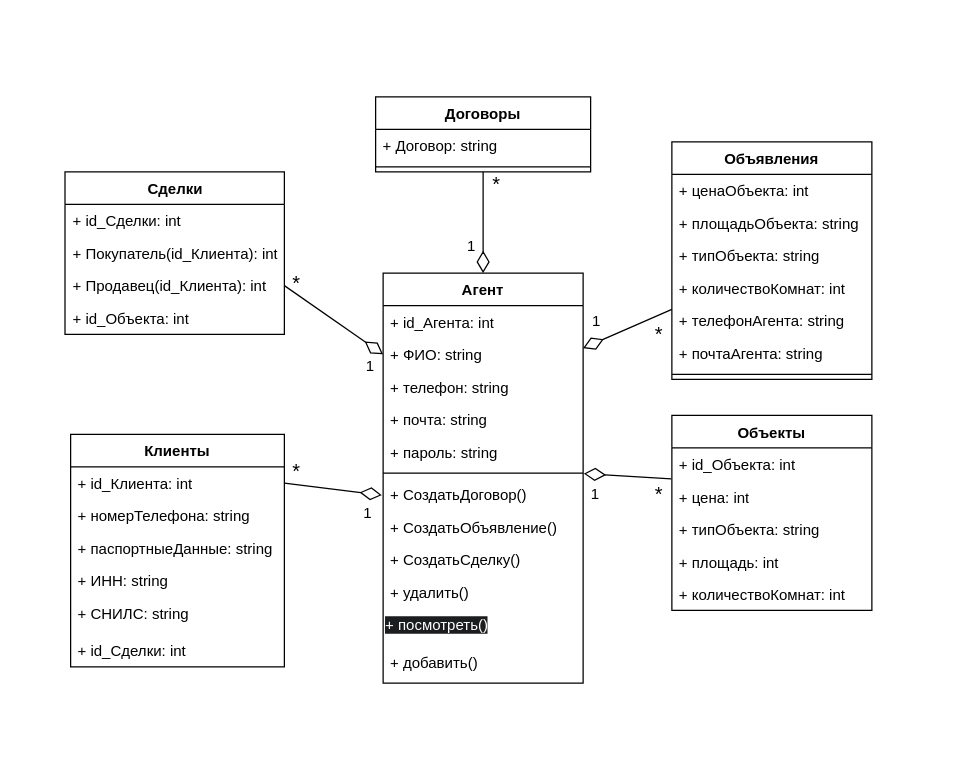
Before: page "классов" (6 of 8) of КП.drawio in niksli-tl/KyrsvProject, a draw.io diagram. Source tidied: cells renumbered, new cells numbered last; positions are measured from the earlier drawing's top-left corner, leaving out a move shared by most shapes. Both pictures are drawn from the tidied source at 125%, with x=0, y=0 at pixel (64, 96).
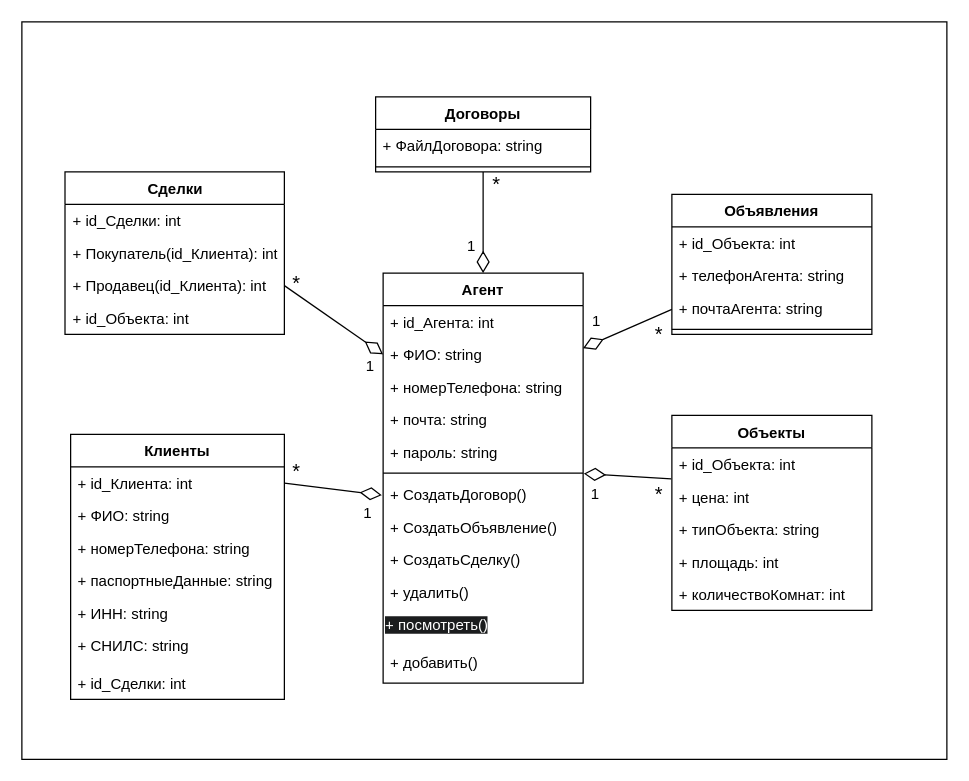
The same page after the edit.

Unchanged cells that the change refers to:
```xml
<mxCell id="2" value="Агент" style="swimlane;fontStyle=1;align=center;verticalAlign=top;horizontal=1;startSize=26;whiteSpace=wrap;html=1;" parent="1" vertex="1">
  <mxGeometry x="255" y="141" width="160" height="328" as="geometry" />
</mxCell>
<mxCell id="50" value="Договоры" style="swimlane;fontStyle=1;align=center;verticalAlign=top;horizontal=1;startSize=26;whiteSpace=wrap;html=1;" parent="1" vertex="1">
  <mxGeometry x="249" width="172" height="60" as="geometry" />
</mxCell>
```

What changed in the source:
```diff
@@
+    <mxCell id="59" style="rounded=0;whiteSpace=wrap;html=1;" parent="1" vertex="1">
+      <mxGeometry x="-34" y="-60" width="740" height="590" as="geometry" />
+    </mxCell>
@@
-    <mxCell id="5" value="+ телефон: string" style="text;strokeColor=none;fillColor=none;align=left;verticalAlign=top;spacingLeft=4;spacingRight=4;overflow=hidden;whiteSpace=wrap;html=1;" parent="2" vertex="1">
+    <mxCell id="5" value="+ номерТелефона: string" style="text;strokeColor=none;fillColor=none;align=left;verticalAlign=top;spacingLeft=4;spacingRight=4;overflow=hidden;whiteSpace=wrap;html=1;" parent="2" vertex="1">
       <mxGeometry y="78" width="160" height="26" as="geometry" />
     </mxCell>
@@
     <mxCell id="16" value="Клиенты" style="swimlane;fontStyle=1;align=center;verticalAlign=top;horizontal=1;startSize=26;whiteSpace=wrap;html=1;" parent="1" vertex="1">
-      <mxGeometry x="5" y="270" width="171" height="186" as="geometry" />
+      <mxGeometry x="5" y="270" width="171" height="212" as="geometry" />
     </mxCell>
@@
+    <mxCell id="60" value="+ ФИО: string" style="text;strokeColor=none;fillColor=none;align=left;verticalAlign=top;spacingLeft=4;spacingRight=4;overflow=hidden;whiteSpace=wrap;html=1;" parent="16" vertex="1">
+      <mxGeometry y="52" width="171" height="26" as="geometry" />
+    </mxCell>
     <mxCell id="18" value="+ номерТелефона: string" style="text;strokeColor=none;fillColor=none;align=left;verticalAlign=top;spacingLeft=4;spacingRight=4;overflow=hidden;whiteSpace=wrap;html=1;" parent="16" vertex="1">
-      <mxGeometry y="52" width="171" height="26" as="geometry" />
+      <mxGeometry y="78" width="171" height="26" as="geometry" />
     </mxCell>
     <mxCell id="19" value="+ паспортныеДанные: string" style="text;strokeColor=none;fillColor=none;align=left;verticalAlign=top;spacingLeft=4;spacingRight=4;overflow=hidden;whiteSpace=wrap;html=1;" parent="16" vertex="1">
-      <mxGeometry y="78" width="171" height="26" as="geometry" />
+      <mxGeometry y="104" width="171" height="26" as="geometry" />
     </mxCell>
     <mxCell id="20" value="+ ИНН: string" style="text;strokeColor=none;fillColor=none;align=left;verticalAlign=top;spacingLeft=4;spacingRight=4;overflow=hidden;whiteSpace=wrap;html=1;" parent="16" vertex="1">
-      <mxGeometry y="104" width="171" height="26" as="geometry" />
+      <mxGeometry y="130" width="171" height="26" as="geometry" />
     </mxCell>
     <mxCell id="21" value="+ СНИЛС: string" style="text;strokeColor=none;fillColor=none;align=left;verticalAlign=top;spacingLeft=4;spacingRight=4;overflow=hidden;whiteSpace=wrap;html=1;" parent="16" vertex="1">
-      <mxGeometry y="130" width="171" height="30" as="geometry" />
+      <mxGeometry y="156" width="171" height="30" as="geometry" />
     </mxCell>
     <mxCell id="22" value="+ id_Сделки: int" style="text;strokeColor=none;fillColor=none;align=left;verticalAlign=top;spacingLeft=4;spacingRight=4;overflow=hidden;whiteSpace=wrap;html=1;" parent="16" vertex="1">
-      <mxGeometry y="160" width="171" height="26" as="geometry" />
+      <mxGeometry y="186" width="171" height="26" as="geometry" />
     </mxCell>
@@
-    <mxCell id="42" value="Объявления" style="swimlane;fontStyle=1;align=center;verticalAlign=top;horizontal=1;startSize=26;whiteSpace=wrap;html=1;" parent="1" vertex="1">
-      <mxGeometry x="486" y="36" width="160" height="190" as="geometry" />
-    </mxCell>
-    <mxCell id="43" value="+ ценаОбъекта: int" style="text;strokeColor=none;fillColor=none;align=left;verticalAlign=top;spacingLeft=4;spacingRight=4;overflow=hidden;whiteSpace=wrap;html=1;" parent="42" vertex="1">
-      <mxGeometry y="26" width="160" height="26" as="geometry" />
-    </mxCell>
-    <mxCell id="44" value="+ площадьОбъекта: string" style="text;strokeColor=none;fillColor=none;align=left;verticalAlign=top;spacingLeft=4;spacingRight=4;overflow=hidden;whiteSpace=wrap;html=1;" parent="42" vertex="1">
-      <mxGeometry y="52" width="160" height="26" as="geometry" />
-    </mxCell>
-    <mxCell id="45" value="+ типОбъекта: string" style="text;strokeColor=none;fillColor=none;align=left;verticalAlign=top;spacingLeft=4;spacingRight=4;overflow=hidden;whiteSpace=wrap;html=1;" parent="42" vertex="1">
-      <mxGeometry y="78" width="160" height="26" as="geometry" />
-    </mxCell>
-    <mxCell id="46" value="+ количествоКомнат: int" style="text;strokeColor=none;fillColor=none;align=left;verticalAlign=top;spacingLeft=4;spacingRight=4;overflow=hidden;whiteSpace=wrap;html=1;" parent="42" vertex="1">
-      <mxGeometry y="104" width="160" height="26" as="geometry" />
-    </mxCell>
-    <mxCell id="47" value="+ телефонАгента: string" style="text;strokeColor=none;fillColor=none;align=left;verticalAlign=top;spacingLeft=4;spacingRight=4;overflow=hidden;whiteSpace=wrap;html=1;" parent="42" vertex="1">
-      <mxGeometry y="130" width="160" height="26" as="geometry" />
-    </mxCell>
-    <mxCell id="48" value="+ почтаАгента: string" style="text;strokeColor=none;fillColor=none;align=left;verticalAlign=top;spacingLeft=4;spacingRight=4;overflow=hidden;whiteSpace=wrap;html=1;" parent="42" vertex="1">
-      <mxGeometry y="156" width="160" height="26" as="geometry" />
-    </mxCell>
-    <mxCell id="49" style="line;strokeWidth=1;fillColor=none;align=left;verticalAlign=middle;spacingTop=-1;spacingLeft=3;spacingRight=3;labelPosition=right;strokeColor=inherit;" parent="42" vertex="1">
-      <mxGeometry y="182" width="160" height="8" as="geometry" />
-    </mxCell>
@@
-    <mxCell id="51" value="+ Договор: string" style="text;strokeColor=none;fillColor=none;align=left;verticalAlign=top;spacingLeft=4;spacingRight=4;overflow=hidden;whiteSpace=wrap;html=1;" parent="50" vertex="1">
+    <mxCell id="51" value="+ ФайлДоговора: string" style="text;strokeColor=none;fillColor=none;align=left;verticalAlign=top;spacingLeft=4;spacingRight=4;overflow=hidden;whiteSpace=wrap;html=1;" parent="50" vertex="1">
       <mxGeometry y="26" width="172" height="26" as="geometry" />
     </mxCell>
@@
+    <mxCell id="42" value="Объявления" style="swimlane;fontStyle=1;align=center;verticalAlign=top;horizontal=1;startSize=26;whiteSpace=wrap;html=1;" parent="1" vertex="1">
+      <mxGeometry x="486" y="78" width="160" height="112" as="geometry" />
+    </mxCell>
+    <mxCell id="61" value="+ id_Объекта: int" style="text;strokeColor=none;fillColor=none;align=left;verticalAlign=top;spacingLeft=4;spacingRight=4;overflow=hidden;whiteSpace=wrap;html=1;" parent="42" vertex="1">
+      <mxGeometry y="26" width="160" height="26" as="geometry" />
+    </mxCell>
+    <mxCell id="47" value="+ телефонАгента: string" style="text;strokeColor=none;fillColor=none;align=left;verticalAlign=top;spacingLeft=4;spacingRight=4;overflow=hidden;whiteSpace=wrap;html=1;" parent="42" vertex="1">
+      <mxGeometry y="52" width="160" height="26" as="geometry" />
+    </mxCell>
+    <mxCell id="48" value="+ почтаАгента: string" style="text;strokeColor=none;fillColor=none;align=left;verticalAlign=top;spacingLeft=4;spacingRight=4;overflow=hidden;whiteSpace=wrap;html=1;" parent="42" vertex="1">
+      <mxGeometry y="78" width="160" height="26" as="geometry" />
+    </mxCell>
+    <mxCell id="62" style="line;strokeWidth=1;fillColor=none;align=left;verticalAlign=middle;spacingTop=-1;spacingLeft=3;spacingRight=3;labelPosition=right;strokeColor=inherit;" parent="42" vertex="1">
+      <mxGeometry y="104" width="160" height="8" as="geometry" />
+    </mxCell>
```
